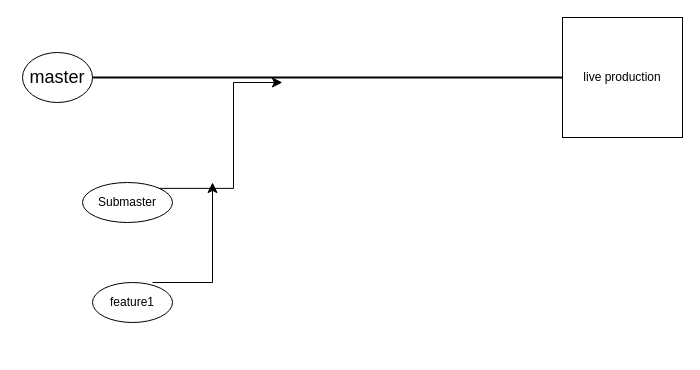
nikhil7761/premium keeps this draw.io diagram as Untitled Diagram.drawio. Above is the earlier version. Source tidied: cells renumbered, new cells numbered last; positions are measured from the earlier drawing's top-left corner, leaving out a move shared by most shapes. Both pictures are drawn from the tidied source at 100%, with x=0, y=0 at pixel (22, 17).
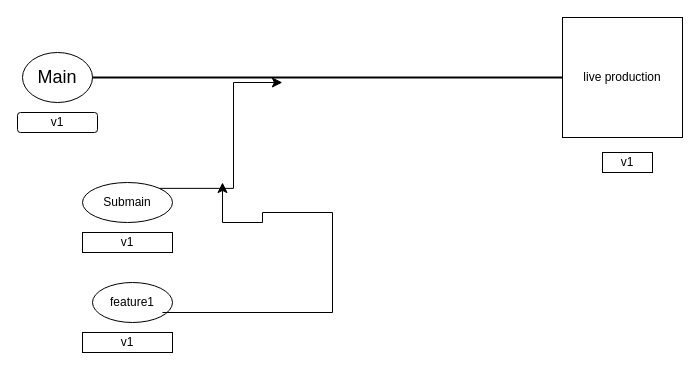
After the change.

Change to the diagram source:
```diff
@@
 <mxGraphModel>
   <root>
     <mxCell id="0" />
     <mxCell id="1" parent="0" />
-    <mxCell id="2" value="&lt;font style=&quot;font-size: 18px;&quot;&gt;master&lt;/font&gt;" style="ellipse;whiteSpace=wrap;html=1;" parent="1" vertex="1">
+    <mxCell id="2" value="&lt;span style=&quot;font-size: 18px;&quot;&gt;Main&lt;/span&gt;" style="ellipse;whiteSpace=wrap;html=1;" parent="1" vertex="1">
       <mxGeometry y="35" width="70" height="50" as="geometry" />
     </mxCell>
     <mxCell id="3" style="line;strokeWidth=2;html=1;" parent="1" vertex="1">
       <mxGeometry x="70" y="55" width="470" height="10" as="geometry" />
     </mxCell>
-    <mxCell id="4" value="Submaster" style="ellipse;whiteSpace=wrap;html=1;" parent="1" vertex="1">
+    <mxCell id="4" value="Submain" style="ellipse;whiteSpace=wrap;html=1;" parent="1" vertex="1">
       <mxGeometry x="60" y="165" width="90" height="40" as="geometry" />
     </mxCell>
     <mxCell id="5" style="edgeStyle=elbowEdgeStyle;elbow=horizontal;endArrow=classic;html=1;curved=0;rounded=0;endSize=8;startSize=8;exitX=1;exitY=0;exitDx=0;exitDy=0;entryX=0.404;entryY=1;entryDx=0;entryDy=0;entryPerimeter=0;" parent="1" edge="1" source="4" target="3">
       <mxGeometry relative="1" as="geometry">
         <Array as="points">
           <mxPoint x="211" y="105" />
           <mxPoint x="271" y="95" />
           <mxPoint x="191" y="75" />
         </Array>
       </mxGeometry>
     </mxCell>
     <mxCell id="6" value="feature1" style="ellipse;whiteSpace=wrap;html=1;" parent="1" vertex="1">
       <mxGeometry x="70" y="265" width="80" height="40" as="geometry" />
     </mxCell>
-    <mxCell id="7" style="edgeStyle=segmentEdgeStyle;endArrow=classic;html=1;curved=0;rounded=0;endSize=8;startSize=8;exitX=0.75;exitY=0;exitDx=0;exitDy=0;exitPerimeter=0;" parent="1" edge="1" source="6">
+    <mxCell id="7" style="edgeStyle=segmentEdgeStyle;endArrow=classic;html=1;curved=0;rounded=0;endSize=8;startSize=8;exitX=0.75;exitY=0;exitDx=0;exitDy=0;exitPerimeter=0;" parent="1" edge="1">
       <mxGeometry relative="1" as="geometry">
-        <mxPoint x="190" y="165" as="targetPoint" />
+        <mxPoint x="140" y="295" as="sourcePoint" />
+        <mxPoint x="200" y="165" as="targetPoint" />
+        <Array as="points">
+          <mxPoint x="310" y="295" />
+          <mxPoint x="310" y="195" />
+          <mxPoint x="240" y="195" />
+          <mxPoint x="240" y="205" />
+        </Array>
       </mxGeometry>
     </mxCell>
     <mxCell id="8" value="live production" style="whiteSpace=wrap;html=1;" parent="1" vertex="1">
       <mxGeometry x="540" width="120" height="120" as="geometry" />
     </mxCell>
+    <mxCell id="9" value="v1" style="rounded=1;whiteSpace=wrap;html=1;" parent="1" vertex="1">
+      <mxGeometry x="-5" y="95" width="80" height="20" as="geometry" />
+    </mxCell>
+    <mxCell id="10" value="v1" style="rounded=0;whiteSpace=wrap;html=1;" parent="1" vertex="1">
+      <mxGeometry x="60" y="215" width="90" height="20" as="geometry" />
+    </mxCell>
+    <mxCell id="11" value="v1" style="rounded=0;whiteSpace=wrap;html=1;" parent="1" vertex="1">
+      <mxGeometry x="60" y="315" width="90" height="20" as="geometry" />
+    </mxCell>
+    <mxCell id="12" value="v1" style="rounded=0;whiteSpace=wrap;html=1;" parent="1" vertex="1">
+      <mxGeometry x="580" y="135" width="50" height="20" as="geometry" />
+    </mxCell>
   </root>
 </mxGraphModel>
```
